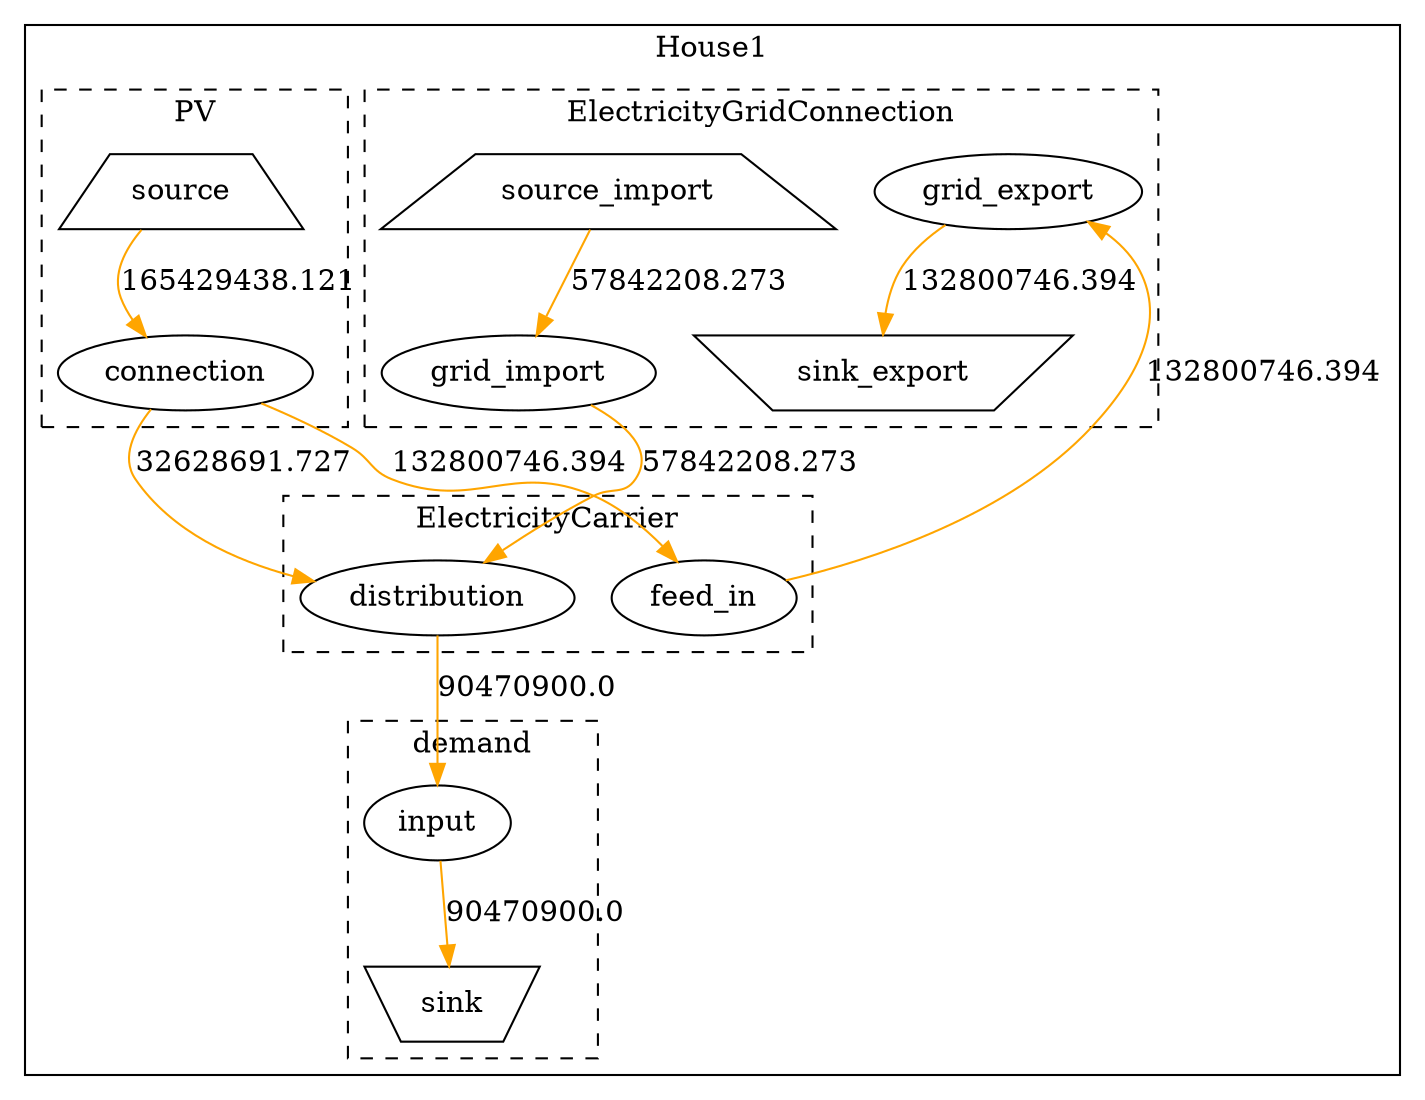
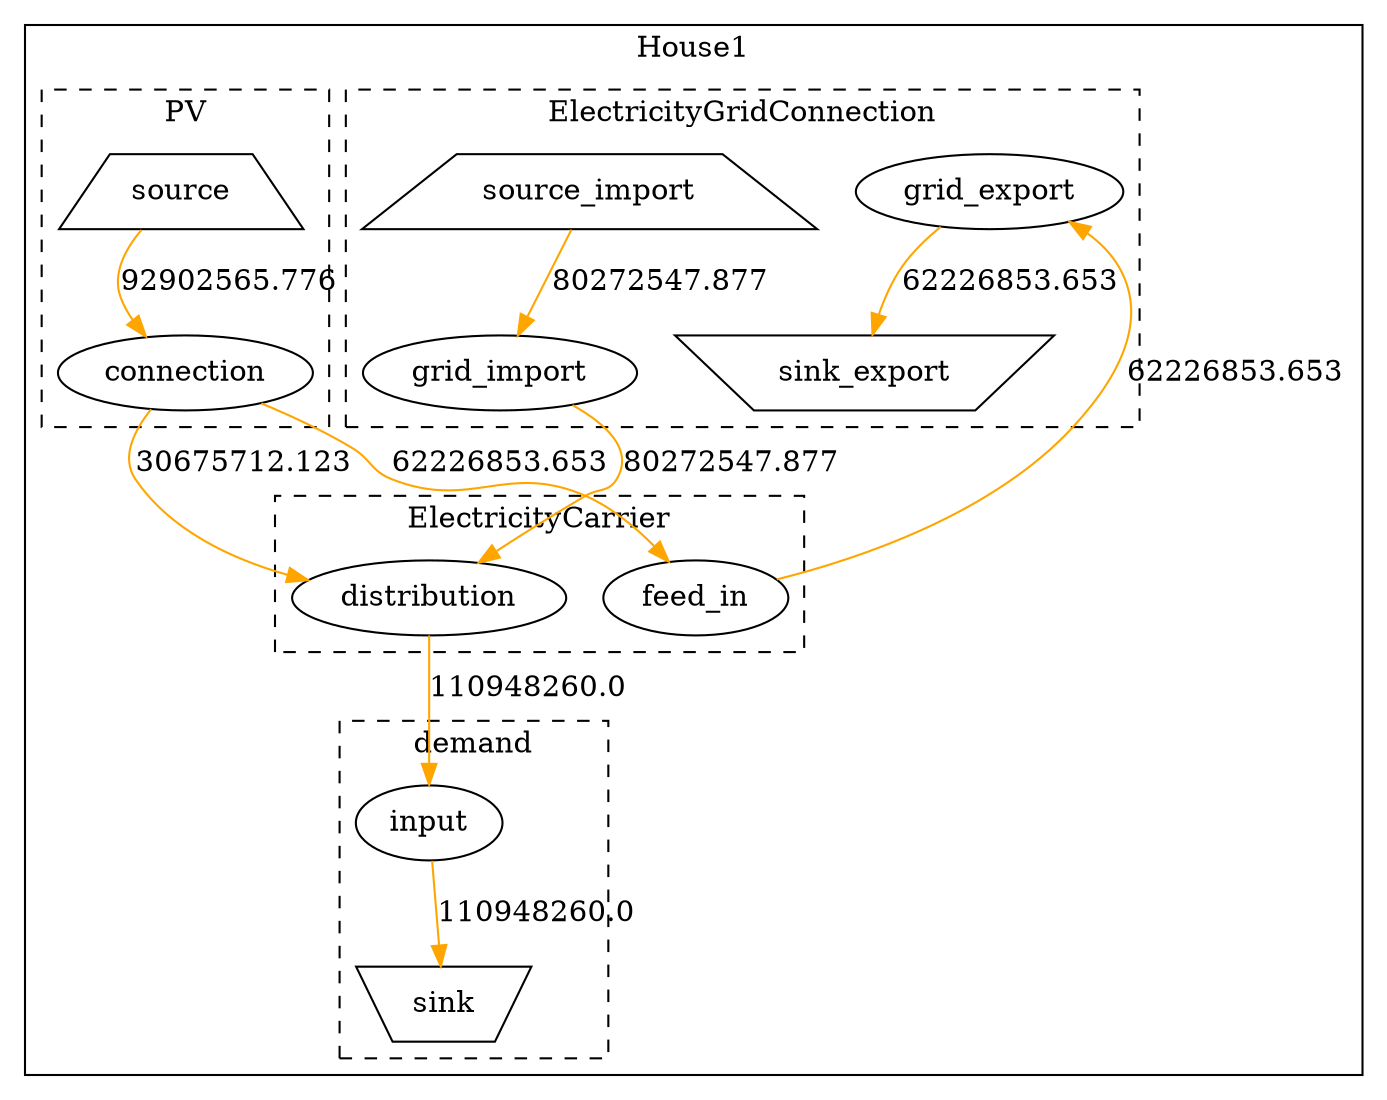
digraph "MTRESS model" {
	subgraph "cluster_['House1']" {
		graph [label=House1]
		subgraph "cluster_['House1', 'ElectricityCarrier']" {
			graph [color=black label=ElectricityCarrier style=dashed]
			"SolphLabel(location='House1', mtress_component='ElectricityCarrier', solph_node='distribution')" [label=distribution shape=ellipse]
			"SolphLabel(location='House1', mtress_component='ElectricityCarrier', solph_node='feed_in')" [label=feed_in shape=ellipse]
		}
		subgraph "cluster_['House1', 'ElectricityGridConnection']" {
			graph [color=black label=ElectricityGridConnection style=dashed]
			"SolphLabel(location='House1', mtress_component='ElectricityGridConnection', solph_node='grid_import')" [label=grid_import shape=ellipse]
- 			"SolphLabel(location='House1', mtress_component='ElectricityGridConnection', solph_node='source_import')" -> "SolphLabel(location='House1', mtress_component='ElectricityGridConnection', solph_node='grid_import')" [label=57842208.273 color=orange]
+ 			"SolphLabel(location='House1', mtress_component='ElectricityGridConnection', solph_node='source_import')" -> "SolphLabel(location='House1', mtress_component='ElectricityGridConnection', solph_node='grid_import')" [label=80272547.877 color=orange]
			"SolphLabel(location='House1', mtress_component='ElectricityGridConnection', solph_node='grid_export')" [label=grid_export shape=ellipse]
			"SolphLabel(location='House1', mtress_component='ElectricityGridConnection', solph_node='sink_export')" [label=sink_export shape=invtrapezium]
- 			"SolphLabel(location='House1', mtress_component='ElectricityGridConnection', solph_node='grid_export')" -> "SolphLabel(location='House1', mtress_component='ElectricityGridConnection', solph_node='sink_export')" [label=132800746.394 color=orange]
+ 			"SolphLabel(location='House1', mtress_component='ElectricityGridConnection', solph_node='grid_export')" -> "SolphLabel(location='House1', mtress_component='ElectricityGridConnection', solph_node='sink_export')" [label=62226853.653 color=orange]
			"SolphLabel(location='House1', mtress_component='ElectricityGridConnection', solph_node='source_import')" [label=source_import shape=trapezium]
		}
		subgraph "cluster_['House1', 'demand']" {
			graph [color=black label=demand style=dashed]
			"SolphLabel(location='House1', mtress_component='demand', solph_node='input')" [label=input shape=ellipse]
			"SolphLabel(location='House1', mtress_component='demand', solph_node='sink')" [label=sink shape=invtrapezium]
- 			"SolphLabel(location='House1', mtress_component='demand', solph_node='input')" -> "SolphLabel(location='House1', mtress_component='demand', solph_node='sink')" [label=90470900.0 color=orange]
+ 			"SolphLabel(location='House1', mtress_component='demand', solph_node='input')" -> "SolphLabel(location='House1', mtress_component='demand', solph_node='sink')" [label=110948260.0 color=orange]
		}
		subgraph "cluster_['House1', 'PV']" {
			graph [color=black label=PV style=dashed]
			"SolphLabel(location='House1', mtress_component='PV', solph_node='connection')" [label=connection shape=ellipse]
- 			"SolphLabel(location='House1', mtress_component='PV', solph_node='source')" -> "SolphLabel(location='House1', mtress_component='PV', solph_node='connection')" [label=165429438.121 color=orange]
+ 			"SolphLabel(location='House1', mtress_component='PV', solph_node='source')" -> "SolphLabel(location='House1', mtress_component='PV', solph_node='connection')" [label=92902565.776 color=orange]
			"SolphLabel(location='House1', mtress_component='PV', solph_node='source')" [label=source shape=trapezium]
		}
	}
- 	"SolphLabel(location='House1', mtress_component='PV', solph_node='connection')" -> "SolphLabel(location='House1', mtress_component='ElectricityCarrier', solph_node='feed_in')" [label=132800746.394 color=orange]
- 	"SolphLabel(location='House1', mtress_component='ElectricityGridConnection', solph_node='grid_import')" -> "SolphLabel(location='House1', mtress_component='ElectricityCarrier', solph_node='distribution')" [label=57842208.273 color=orange]
- 	"SolphLabel(location='House1', mtress_component='ElectricityCarrier', solph_node='feed_in')" -> "SolphLabel(location='House1', mtress_component='ElectricityGridConnection', solph_node='grid_export')" [label=132800746.394 color=orange]
- 	"SolphLabel(location='House1', mtress_component='ElectricityCarrier', solph_node='distribution')" -> "SolphLabel(location='House1', mtress_component='demand', solph_node='input')" [label=90470900.0 color=orange]
- 	"SolphLabel(location='House1', mtress_component='PV', solph_node='connection')" -> "SolphLabel(location='House1', mtress_component='ElectricityCarrier', solph_node='distribution')" [label=32628691.727 color=orange]
+ 	"SolphLabel(location='House1', mtress_component='PV', solph_node='connection')" -> "SolphLabel(location='House1', mtress_component='ElectricityCarrier', solph_node='distribution')" [label=30675712.123 color=orange]
+ 	"SolphLabel(location='House1', mtress_component='PV', solph_node='connection')" -> "SolphLabel(location='House1', mtress_component='ElectricityCarrier', solph_node='feed_in')" [label=62226853.653 color=orange]
+ 	"SolphLabel(location='House1', mtress_component='ElectricityCarrier', solph_node='feed_in')" -> "SolphLabel(location='House1', mtress_component='ElectricityGridConnection', solph_node='grid_export')" [label=62226853.653 color=orange]
+ 	"SolphLabel(location='House1', mtress_component='ElectricityCarrier', solph_node='distribution')" -> "SolphLabel(location='House1', mtress_component='demand', solph_node='input')" [label=110948260.0 color=orange]
+ 	"SolphLabel(location='House1', mtress_component='ElectricityGridConnection', solph_node='grid_import')" -> "SolphLabel(location='House1', mtress_component='ElectricityCarrier', solph_node='distribution')" [label=80272547.877 color=orange]
}
